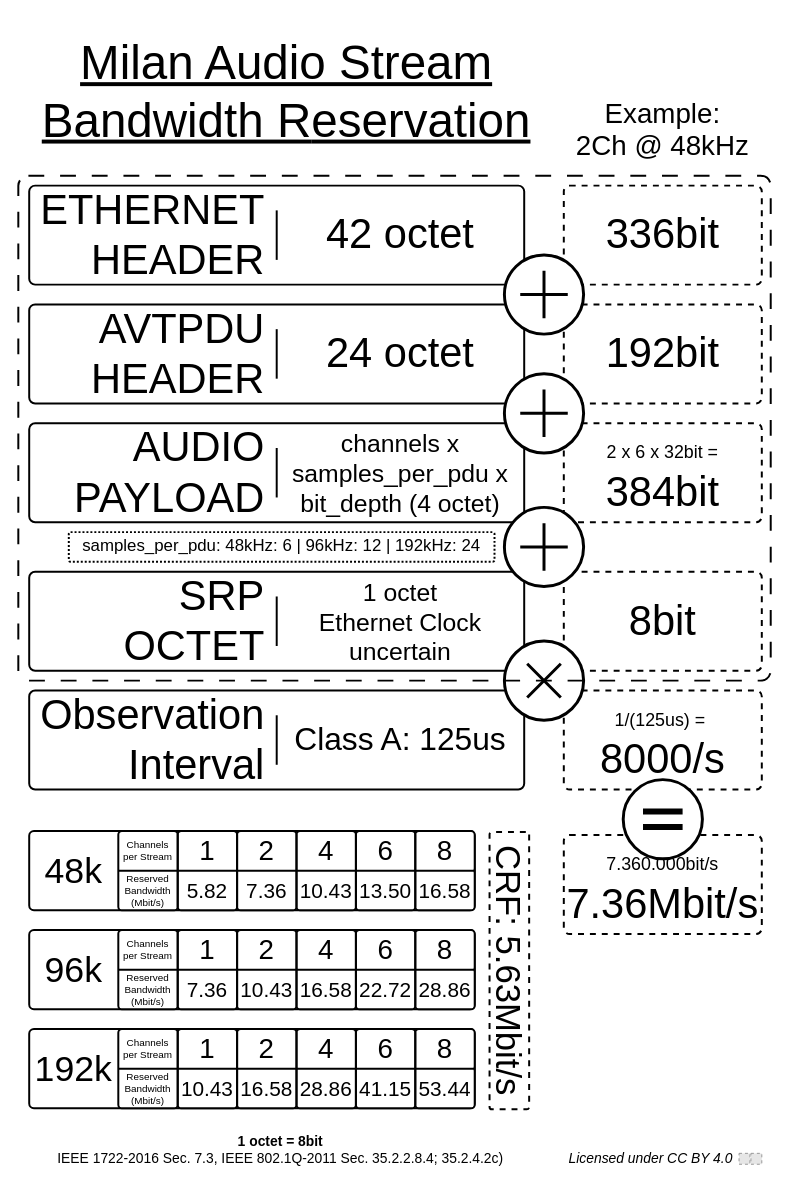
This is page "AVTP" (1 of 2) of msrp_details.drawio from avb-academy/msrp_milan_cheat_sheet, a draw.io file, before an edit. Source tidied: cells renumbered, new cells numbered last; positions are measured from the earlier drawing's top-left corner, leaving out a move shared by most shapes. Both pictures are drawn from the tidied source at 99%, with x=0, y=0 at pixel (18, 17). Pictures stored in the file or linked from it are replaced by grey dashed boxes.
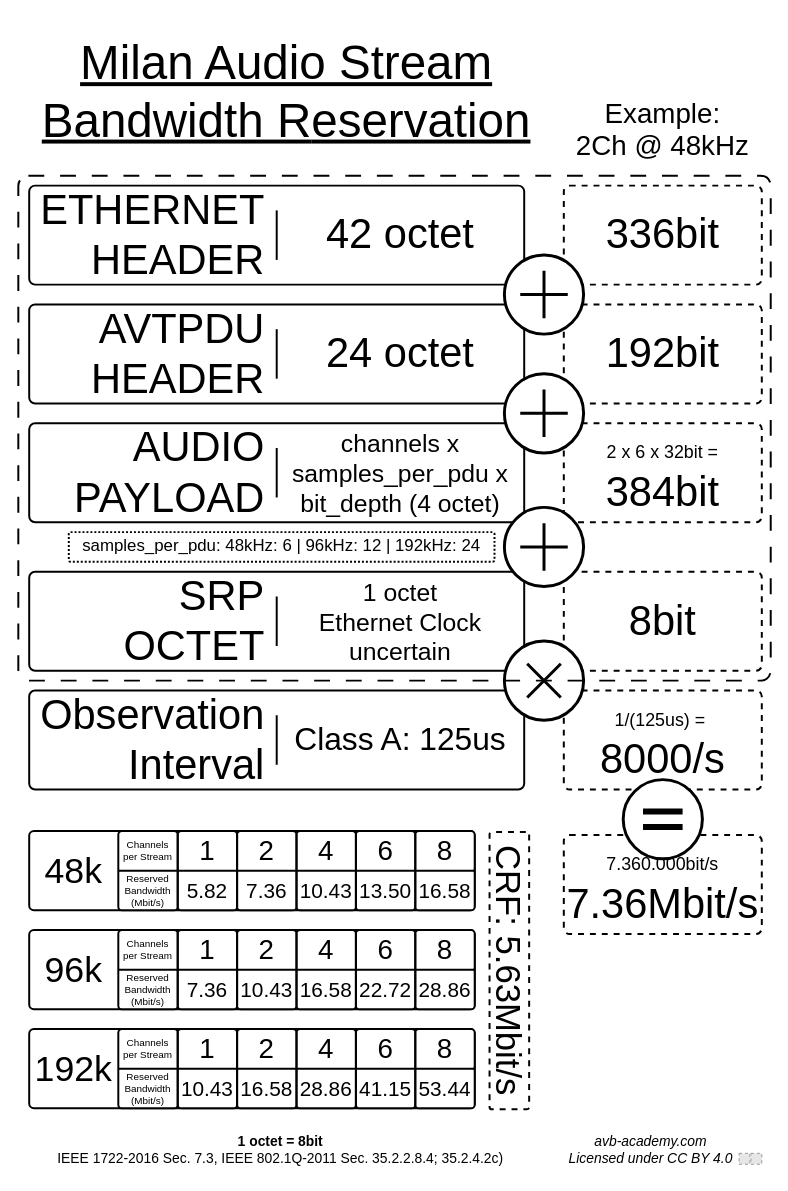
After the change.

Commit message (it also covers changes not shown here):
avb-academy/avb_academy#38: Adds website reference

The change refers to these unchanged cells:
```xml
<mxCell id="111" style="group;" parent="1" vertex="1">
  <mxGeometry x="549" y="1119" width="202" height="50" as="geometry" />
</mxCell>
```

Diff of the diagram source:
```diff
@@
-    <mxCell id="112" value="&lt;div&gt;&lt;em&gt;&lt;font style=&quot;font-size: 14px;&quot;&gt;&lt;br&gt;&lt;/font&gt;&lt;/em&gt;&lt;/div&gt;&lt;em&gt;&lt;font style=&quot;font-size: 14px;&quot;&gt;Licensed under CC BY 4.0&lt;/font&gt;&lt;/em&gt;" style="text;html=1;align=center;verticalAlign=middle;whiteSpace=wrap;rounded=0;fontSize=13;rotation=0;spacing=0;" parent="111" vertex="1">
+    <mxCell id="112" value="&lt;div&gt;&lt;span style=&quot;font-size: 14px;&quot;&gt;&lt;i&gt;avb-academy.com&lt;/i&gt;&lt;/span&gt;&lt;/div&gt;&lt;em&gt;&lt;font style=&quot;font-size: 14px;&quot;&gt;Licensed under CC BY 4.0&lt;/font&gt;&lt;/em&gt;" style="text;html=1;align=center;verticalAlign=middle;whiteSpace=wrap;rounded=0;fontSize=13;rotation=0;spacing=0;" parent="111" vertex="1">
       <mxGeometry width="180" height="50" as="geometry" />
     </mxCell>
```
